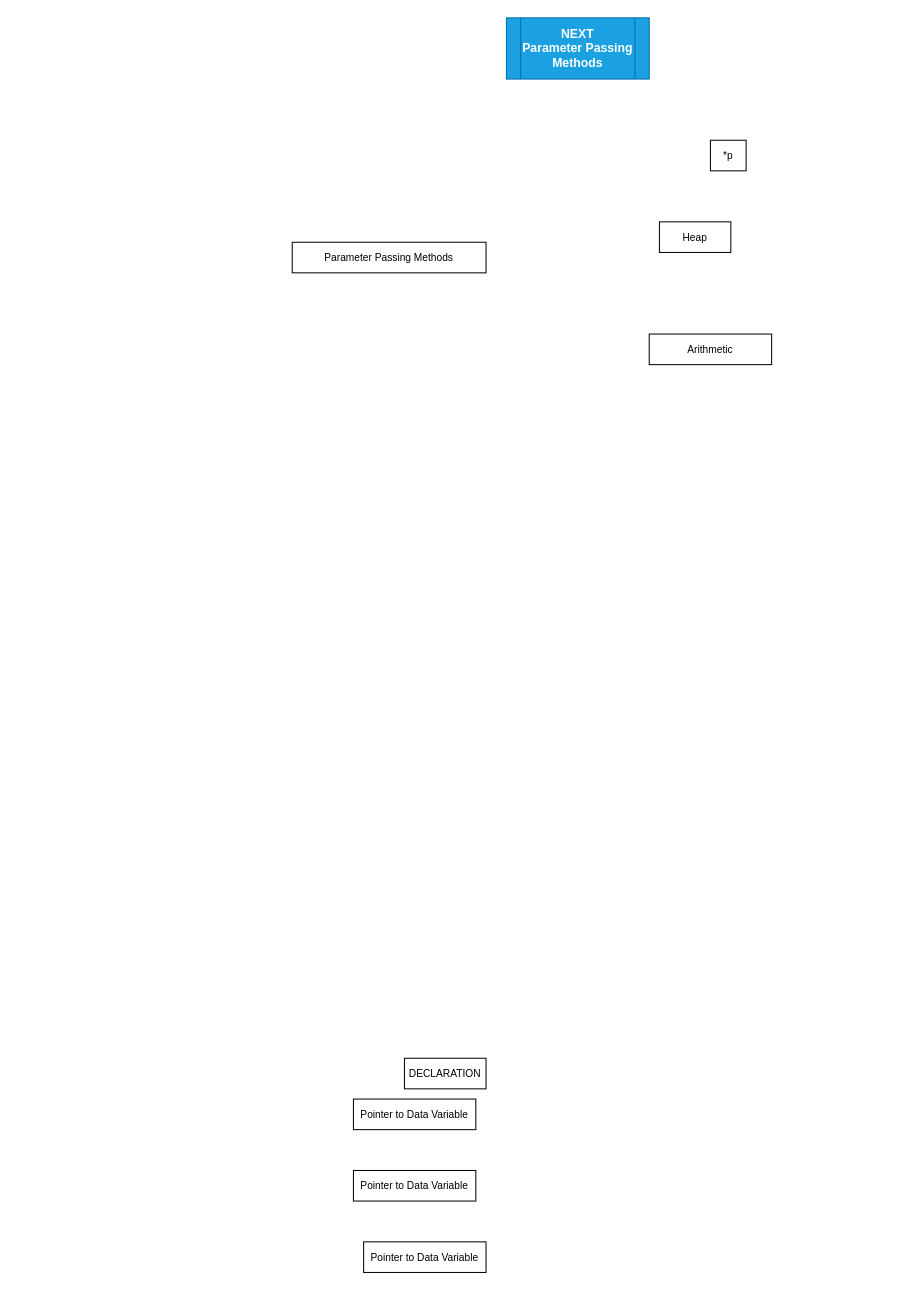
BSCdfdff/LearnCppProgramming keeps this draw.io diagram as page "P.P. Methods (3)" (4 of 11) of revision/Supplementary/Mindmapcpp.drawio. Above is the earlier version. Source tidied: cells renumbered, new cells numbered last; positions are measured from the earlier drawing's top-left corner, leaving out a move shared by most shapes. Both pictures are drawn from the tidied source at 102%, with x=0, y=0 at pixel (292, 17).
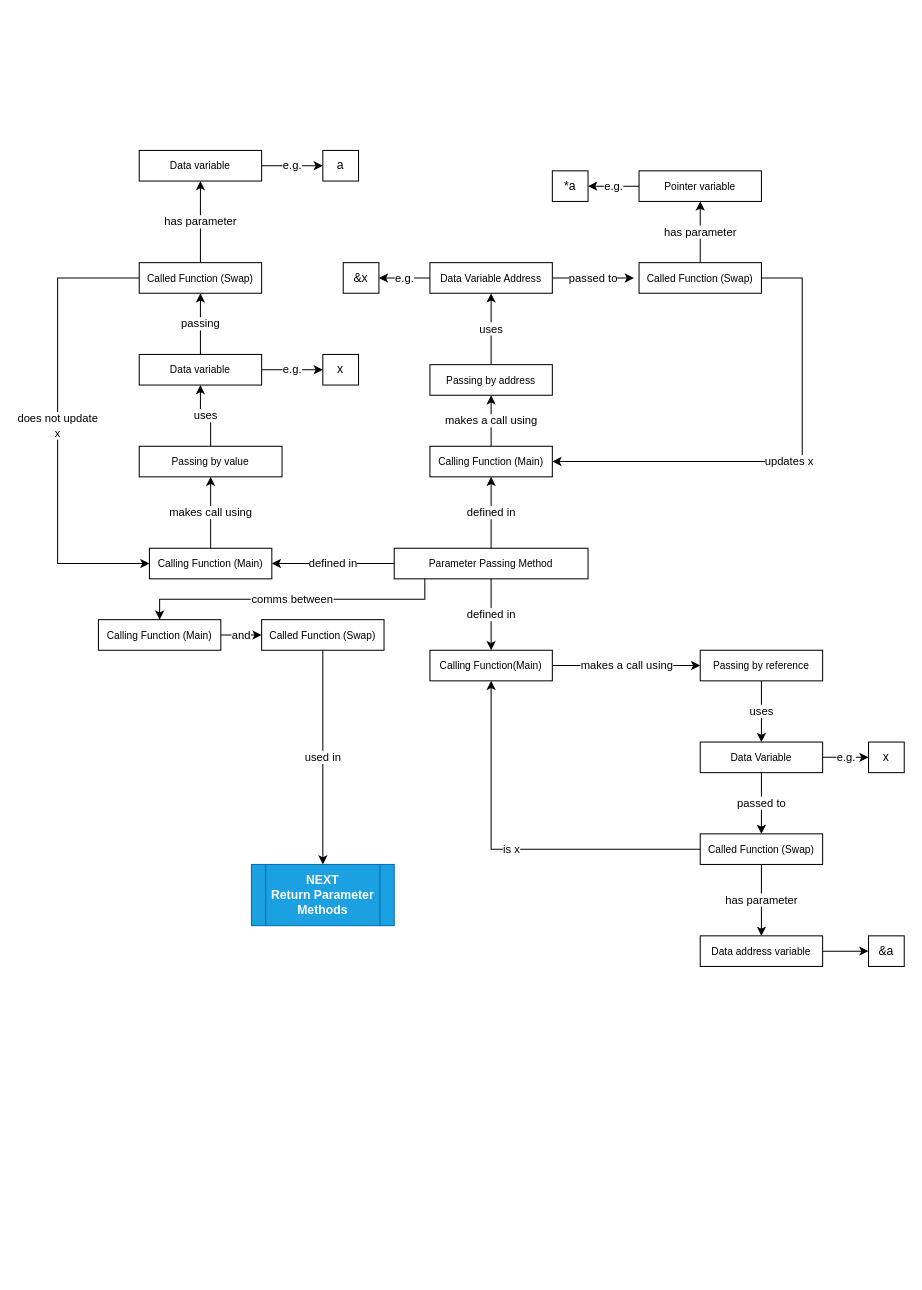
The same page after the edit.

What changed in the source:
```diff
@@
+    <mxCell id="11" value="defined in" style="edgeStyle=orthogonalEdgeStyle;rounded=0;jettySize=auto;html=1;entryX=1;entryY=0.5;entryDx=0;entryDy=0;" parent="1" edge="1" source="2" target="18">
+      <mxGeometry relative="1" as="geometry" />
+    </mxCell>
+    <mxCell id="12" value="defined in" style="edgeStyle=orthogonalEdgeStyle;rounded=0;jettySize=auto;html=1;" parent="1" edge="1" source="2" target="25">
+      <mxGeometry relative="1" as="geometry" />
+    </mxCell>
+    <mxCell id="13" value="defined in" style="edgeStyle=orthogonalEdgeStyle;rounded=0;jettySize=auto;html=1;" parent="1" edge="1" source="2" target="43">
+      <mxGeometry relative="1" as="geometry" />
+    </mxCell>
-    <mxCell id="2" value="&lt;span style=&quot;font-size: 10px&quot;&gt;Parameter Passing Methods&lt;/span&gt;" style="rounded=0;whiteSpace=wrap;html=1;" parent="1" vertex="1">
-      <mxGeometry y="220" width="190" height="30" as="geometry" />
+    <mxCell id="2" value="&lt;span style=&quot;font-size: 10px&quot;&gt;Parameter Passing Method&lt;/span&gt;" style="rounded=0;whiteSpace=wrap;html=1;" parent="1" vertex="1">
+      <mxGeometry x="100" y="520" width="190" height="30" as="geometry" />
     </mxCell>
-    <mxCell id="3" value="&lt;span style=&quot;font-size: 10px&quot;&gt;*p&lt;/span&gt;" style="rounded=0;whiteSpace=wrap;html=1;" parent="1" vertex="1">
-      <mxGeometry x="410" y="120" width="35" height="30" as="geometry" />
+    <mxCell id="3" value="x" style="rounded=0;whiteSpace=wrap;html=1;" parent="1" vertex="1">
+      <mxGeometry x="30" y="330" width="35" height="30" as="geometry" />
     </mxCell>
-    <mxCell id="4" value="&lt;span style=&quot;font-size: 10px&quot;&gt;DECLARATION&lt;/span&gt;" style="rounded=0;whiteSpace=wrap;html=1;" parent="1" vertex="1">
-      <mxGeometry x="110" y="1020" width="80" height="30" as="geometry" />
-    </mxCell>
-    <mxCell id="5" value="NEXT&lt;br&gt;Parameter Passing Methods" style="shape=process;whiteSpace=wrap;html=1;backgroundOutline=1;rounded=0;shadow=0;fillColor=#1ba1e2;strokeColor=#006EAF;fontColor=#ffffff;fontStyle=1;fontFamily=Montserrat;FType=g;" parent="1" vertex="1">
-      <mxGeometry x="210" width="140" height="60" as="geometry" />
+    <mxCell id="5" value="NEXT&lt;br&gt;Return Parameter Methods" style="shape=process;whiteSpace=wrap;html=1;backgroundOutline=1;rounded=0;shadow=0;fillColor=#1ba1e2;strokeColor=#006EAF;fontColor=#ffffff;fontStyle=1;fontFamily=Montserrat;FType=g;" parent="1" vertex="1">
+      <mxGeometry x="-40" y="830" width="140" height="60" as="geometry" />
     </mxCell>
-    <mxCell id="6" value="&lt;span style=&quot;font-size: 10px&quot;&gt;Pointer to Data Variable&lt;/span&gt;" style="rounded=0;whiteSpace=wrap;html=1;" parent="1" vertex="1">
-      <mxGeometry x="60" y="1130" width="120" height="30" as="geometry" />
-    </mxCell>
-    <mxCell id="7" value="&lt;span style=&quot;font-size: 10px&quot;&gt;Pointer to Data Variable&lt;/span&gt;" style="rounded=0;whiteSpace=wrap;html=1;" parent="1" vertex="1">
-      <mxGeometry x="60" y="1060" width="120" height="30" as="geometry" />
-    </mxCell>
-    <mxCell id="8" value="&lt;span style=&quot;font-size: 10px&quot;&gt;Pointer to Data Variable&lt;/span&gt;" style="rounded=0;whiteSpace=wrap;html=1;" parent="1" vertex="1">
-      <mxGeometry x="70" y="1200" width="120" height="30" as="geometry" />
-    </mxCell>
-    <mxCell id="9" value="&lt;span style=&quot;font-size: 10px&quot;&gt;Heap&lt;/span&gt;" style="rounded=0;whiteSpace=wrap;html=1;" parent="1" vertex="1">
-      <mxGeometry x="360" y="200" width="70" height="30" as="geometry" />
-    </mxCell>
+    <mxCell id="14" value="uses" style="edgeStyle=orthogonalEdgeStyle;rounded=0;jettySize=auto;html=1;" parent="1" edge="1" source="10" target="28">
+      <mxGeometry relative="1" as="geometry" />
+    </mxCell>
-    <mxCell id="10" value="&lt;span style=&quot;font-size: 10px&quot;&gt;Arithmetic&lt;/span&gt;" style="rounded=0;whiteSpace=wrap;html=1;" parent="1" vertex="1">
-      <mxGeometry x="350" y="310" width="120" height="30" as="geometry" />
+    <mxCell id="10" value="&lt;span style=&quot;font-size: 10px&quot;&gt;Passing by value&lt;br&gt;&lt;/span&gt;" style="rounded=0;whiteSpace=wrap;html=1;" parent="1" vertex="1">
+      <mxGeometry x="-150" y="420" width="140" height="30" as="geometry" />
     </mxCell>
+    <mxCell id="15" value="uses" style="edgeStyle=orthogonalEdgeStyle;rounded=0;jettySize=auto;html=1;" parent="1" edge="1" source="16" target="31">
+      <mxGeometry relative="1" as="geometry" />
+    </mxCell>
+    <mxCell id="16" value="&lt;span style=&quot;font-size: 10px&quot;&gt;Passing by address&lt;/span&gt;" style="rounded=0;whiteSpace=wrap;html=1;" parent="1" vertex="1">
+      <mxGeometry x="135" y="340" width="120" height="30" as="geometry" />
+    </mxCell>
+    <mxCell id="17" value="makes call using" style="edgeStyle=orthogonalEdgeStyle;rounded=0;jettySize=auto;html=1;entryX=0.5;entryY=1;entryDx=0;entryDy=0;" parent="1" edge="1" source="18" target="10">
+      <mxGeometry relative="1" as="geometry">
+        <Array as="points">
+          <mxPoint x="-80" y="480" />
+          <mxPoint x="-80" y="480" />
+        </Array>
+      </mxGeometry>
+    </mxCell>
+    <mxCell id="18" value="&lt;span style=&quot;font-size: 10px&quot;&gt;Calling Function (Main)&lt;/span&gt;" style="rounded=0;whiteSpace=wrap;html=1;" parent="1" vertex="1">
+      <mxGeometry x="-140" y="520" width="120" height="30" as="geometry" />
+    </mxCell>
+    <mxCell id="19" value="does not update&lt;br&gt;x" style="edgeStyle=orthogonalEdgeStyle;rounded=0;jettySize=auto;html=1;entryX=0;entryY=0.5;entryDx=0;entryDy=0;" parent="1" edge="1" source="21" target="18">
+      <mxGeometry relative="1" as="geometry">
+        <Array as="points">
+          <mxPoint x="-230" y="255" />
+          <mxPoint x="-230" y="535" />
+        </Array>
+      </mxGeometry>
+    </mxCell>
+    <mxCell id="20" value="has parameter" style="edgeStyle=orthogonalEdgeStyle;rounded=0;jettySize=auto;html=1;" parent="1" edge="1" source="21" target="23">
+      <mxGeometry relative="1" as="geometry" />
+    </mxCell>
+    <mxCell id="21" value="&lt;span style=&quot;font-size: 10px&quot;&gt;Called Function (Swap)&lt;/span&gt;" style="rounded=0;whiteSpace=wrap;html=1;" parent="1" vertex="1">
+      <mxGeometry x="-150" y="240" width="120" height="30" as="geometry" />
+    </mxCell>
+    <mxCell id="22" value="e.g." style="edgeStyle=orthogonalEdgeStyle;rounded=0;jettySize=auto;html=1;entryX=0;entryY=0.5;entryDx=0;entryDy=0;" parent="1" edge="1" source="23" target="36">
+      <mxGeometry relative="1" as="geometry" />
+    </mxCell>
+    <mxCell id="23" value="&lt;span style=&quot;font-size: 10px&quot;&gt;Data variable&lt;/span&gt;" style="rounded=0;whiteSpace=wrap;html=1;" parent="1" vertex="1">
+      <mxGeometry x="-150" y="130" width="120" height="30" as="geometry" />
+    </mxCell>
+    <mxCell id="24" value="makes a call using" style="edgeStyle=orthogonalEdgeStyle;rounded=0;jettySize=auto;html=1;entryX=0.5;entryY=1;entryDx=0;entryDy=0;" parent="1" edge="1" source="25" target="16">
+      <mxGeometry relative="1" as="geometry" />
+    </mxCell>
+    <mxCell id="25" value="&lt;span style=&quot;font-size: 10px&quot;&gt;Calling Function (Main)&lt;/span&gt;" style="rounded=0;whiteSpace=wrap;html=1;" parent="1" vertex="1">
+      <mxGeometry x="135" y="420" width="120" height="30" as="geometry" />
+    </mxCell>
+    <mxCell id="26" value="passing" style="edgeStyle=orthogonalEdgeStyle;rounded=0;jettySize=auto;html=1;entryX=0.5;entryY=1;entryDx=0;entryDy=0;" parent="1" edge="1" source="28" target="21">
+      <mxGeometry relative="1" as="geometry" />
+    </mxCell>
+    <mxCell id="27" value="e.g." style="edgeStyle=orthogonalEdgeStyle;rounded=0;jettySize=auto;html=1;" parent="1" edge="1" source="28" target="3">
+      <mxGeometry relative="1" as="geometry" />
+    </mxCell>
+    <mxCell id="28" value="&lt;span style=&quot;font-size: 10px&quot;&gt;Data variable&lt;/span&gt;" style="rounded=0;whiteSpace=wrap;html=1;" parent="1" vertex="1">
+      <mxGeometry x="-150" y="330" width="120" height="30" as="geometry" />
+    </mxCell>
+    <mxCell id="29" value="e.g." style="edgeStyle=orthogonalEdgeStyle;rounded=0;jettySize=auto;html=1;entryX=1;entryY=0.5;entryDx=0;entryDy=0;" parent="1" edge="1" source="31" target="32">
+      <mxGeometry relative="1" as="geometry" />
+    </mxCell>
+    <mxCell id="30" value="passed to" style="edgeStyle=orthogonalEdgeStyle;rounded=0;jettySize=auto;html=1;" parent="1" edge="1" source="31">
+      <mxGeometry relative="1" as="geometry">
+        <mxPoint x="335" y="255" as="targetPoint" />
+      </mxGeometry>
+    </mxCell>
+    <mxCell id="31" value="&lt;span style=&quot;font-size: 10px&quot;&gt;Data Variable Address&lt;/span&gt;" style="rounded=0;whiteSpace=wrap;html=1;" parent="1" vertex="1">
+      <mxGeometry x="135" y="240" width="120" height="30" as="geometry" />
+    </mxCell>
+    <mxCell id="32" value="&amp;amp;x" style="rounded=0;whiteSpace=wrap;html=1;" parent="1" vertex="1">
+      <mxGeometry x="50" y="240" width="35" height="30" as="geometry" />
+    </mxCell>
+    <mxCell id="33" value="has parameter" style="edgeStyle=orthogonalEdgeStyle;rounded=0;jettySize=auto;html=1;" parent="1" edge="1" source="35" target="38">
+      <mxGeometry relative="1" as="geometry" />
+    </mxCell>
+    <mxCell id="34" value="updates x" style="edgeStyle=orthogonalEdgeStyle;rounded=0;jettySize=auto;html=1;entryX=1;entryY=0.5;entryDx=0;entryDy=0;" parent="1" edge="1" source="35" target="25">
+      <mxGeometry relative="1" as="geometry">
+        <Array as="points">
+          <mxPoint x="500" y="255" />
+          <mxPoint x="500" y="435" />
+        </Array>
+      </mxGeometry>
+    </mxCell>
+    <mxCell id="35" value="&lt;span style=&quot;font-size: 10px&quot;&gt;Called Function (Swap)&lt;/span&gt;" style="rounded=0;whiteSpace=wrap;html=1;" parent="1" vertex="1">
+      <mxGeometry x="340" y="240" width="120" height="30" as="geometry" />
+    </mxCell>
+    <mxCell id="36" value="a" style="rounded=0;whiteSpace=wrap;html=1;" parent="1" vertex="1">
+      <mxGeometry x="30" y="130" width="35" height="30" as="geometry" />
+    </mxCell>
+    <mxCell id="37" value="e.g." style="edgeStyle=orthogonalEdgeStyle;rounded=0;jettySize=auto;html=1;" parent="1" edge="1" source="38" target="39">
+      <mxGeometry relative="1" as="geometry" />
+    </mxCell>
+    <mxCell id="38" value="&lt;span style=&quot;font-size: 10px&quot;&gt;Pointer variable&lt;/span&gt;" style="rounded=0;whiteSpace=wrap;html=1;" parent="1" vertex="1">
+      <mxGeometry x="340" y="150" width="120" height="30" as="geometry" />
+    </mxCell>
+    <mxCell id="39" value="*a" style="rounded=0;whiteSpace=wrap;html=1;" parent="1" vertex="1">
+      <mxGeometry x="255" y="150" width="35" height="30" as="geometry" />
+    </mxCell>
+    <mxCell id="40" value="uses" style="edgeStyle=orthogonalEdgeStyle;rounded=0;jettySize=auto;html=1;" parent="1" edge="1" source="41" target="46">
+      <mxGeometry relative="1" as="geometry" />
+    </mxCell>
+    <mxCell id="41" value="&lt;span style=&quot;font-size: 10px&quot;&gt;Passing by reference&lt;/span&gt;" style="rounded=0;whiteSpace=wrap;html=1;" parent="1" vertex="1">
+      <mxGeometry x="400" y="620" width="120" height="30" as="geometry" />
+    </mxCell>
+    <mxCell id="42" value="makes a call using" style="edgeStyle=orthogonalEdgeStyle;rounded=0;jettySize=auto;html=1;entryX=0;entryY=0.5;entryDx=0;entryDy=0;" parent="1" edge="1" source="43" target="41">
+      <mxGeometry relative="1" as="geometry" />
+    </mxCell>
+    <mxCell id="43" value="&lt;span style=&quot;font-size: 10px&quot;&gt;Calling Function(Main)&lt;/span&gt;" style="rounded=0;whiteSpace=wrap;html=1;" parent="1" vertex="1">
+      <mxGeometry x="135" y="620" width="120" height="30" as="geometry" />
+    </mxCell>
+    <mxCell id="44" value="e.g." style="edgeStyle=orthogonalEdgeStyle;rounded=0;jettySize=auto;html=1;" parent="1" edge="1" source="46" target="50">
+      <mxGeometry relative="1" as="geometry" />
+    </mxCell>
+    <mxCell id="45" value="passed to" style="edgeStyle=orthogonalEdgeStyle;rounded=0;jettySize=auto;html=1;" parent="1" edge="1" source="46" target="49">
+      <mxGeometry relative="1" as="geometry" />
+    </mxCell>
+    <mxCell id="46" value="&lt;span style=&quot;font-size: 10px&quot;&gt;Data Variable&lt;/span&gt;" style="rounded=0;whiteSpace=wrap;html=1;" parent="1" vertex="1">
+      <mxGeometry x="400" y="710" width="120" height="30" as="geometry" />
+    </mxCell>
+    <mxCell id="47" value="has parameter" style="edgeStyle=orthogonalEdgeStyle;rounded=0;jettySize=auto;html=1;" parent="1" edge="1" source="49" target="52">
+      <mxGeometry relative="1" as="geometry" />
+    </mxCell>
+    <mxCell id="48" value="is x" style="edgeStyle=orthogonalEdgeStyle;rounded=0;jettySize=auto;html=1;" parent="1" edge="1" source="49" target="43">
+      <mxGeometry relative="1" as="geometry" />
+    </mxCell>
+    <mxCell id="49" value="&lt;span style=&quot;font-size: 10px&quot;&gt;Called Function (Swap)&lt;/span&gt;" style="rounded=0;whiteSpace=wrap;html=1;" parent="1" vertex="1">
+      <mxGeometry x="400" y="800" width="120" height="30" as="geometry" />
+    </mxCell>
+    <mxCell id="50" value="x" style="rounded=0;whiteSpace=wrap;html=1;" parent="1" vertex="1">
+      <mxGeometry x="565" y="710" width="35" height="30" as="geometry" />
+    </mxCell>
+    <mxCell id="51" style="edgeStyle=orthogonalEdgeStyle;rounded=0;jettySize=auto;html=1;" parent="1" edge="1" source="52" target="53">
+      <mxGeometry relative="1" as="geometry" />
+    </mxCell>
+    <mxCell id="52" value="&lt;span style=&quot;font-size: 10px&quot;&gt;Data address variable&lt;/span&gt;" style="rounded=0;whiteSpace=wrap;html=1;" parent="1" vertex="1">
+      <mxGeometry x="400" y="900" width="120" height="30" as="geometry" />
+    </mxCell>
+    <mxCell id="53" value="&amp;amp;a" style="rounded=0;whiteSpace=wrap;html=1;" parent="1" vertex="1">
+      <mxGeometry x="565" y="900" width="35" height="30" as="geometry" />
+    </mxCell>
+    <mxCell id="54" value="used in" style="edgeStyle=orthogonalEdgeStyle;rounded=0;jettySize=auto;html=1;entryX=0.5;entryY=0;entryDx=0;entryDy=0;exitX=0.5;exitY=1;exitDx=0;exitDy=0;" parent="1" edge="1" source="57" target="5">
+      <mxGeometry relative="1" as="geometry" />
+    </mxCell>
+    <mxCell id="55" value="and" style="edgeStyle=orthogonalEdgeStyle;rounded=0;jettySize=auto;html=1;" parent="1" edge="1" source="56" target="57">
+      <mxGeometry relative="1" as="geometry">
+        <Array as="points">
+          <mxPoint x="-50" y="605" />
+          <mxPoint x="-50" y="605" />
+        </Array>
+      </mxGeometry>
+    </mxCell>
+    <mxCell id="56" value="&lt;span style=&quot;font-size: 10px&quot;&gt;Calling Function (Main)&lt;/span&gt;" style="rounded=0;whiteSpace=wrap;html=1;" parent="1" vertex="1">
+      <mxGeometry x="-190" y="590" width="120" height="30" as="geometry" />
+    </mxCell>
+    <mxCell id="57" value="&lt;span style=&quot;font-size: 10px&quot;&gt;Called Function (Swap)&lt;/span&gt;" style="rounded=0;whiteSpace=wrap;html=1;" parent="1" vertex="1">
+      <mxGeometry x="-30" y="590" width="120" height="30" as="geometry" />
+    </mxCell>
+    <mxCell id="58" value="comms between" style="edgeStyle=orthogonalEdgeStyle;rounded=0;jettySize=auto;html=1;entryX=0.5;entryY=0;entryDx=0;entryDy=0;" parent="1" edge="1" target="56">
+      <mxGeometry relative="1" as="geometry">
+        <mxPoint x="130" y="550" as="sourcePoint" />
+        <Array as="points">
+          <mxPoint x="130" y="570" />
+          <mxPoint x="-130" y="570" />
+        </Array>
+      </mxGeometry>
+    </mxCell>
```
